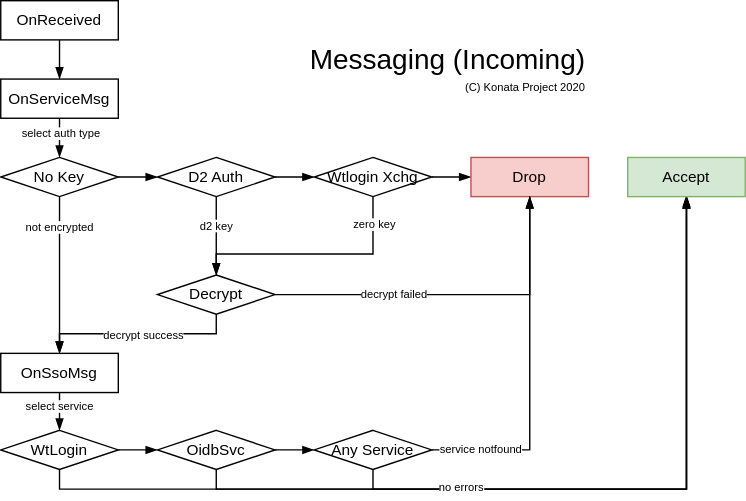
The draw.io diagram Blueprint/messaging.incoming.svg in KonataDev/Konata.Core, before a commit. Source tidied: cells renumbered, new cells last; positions are measured from the earlier drawing's top-left corner, leaving out a move shared by most shapes.
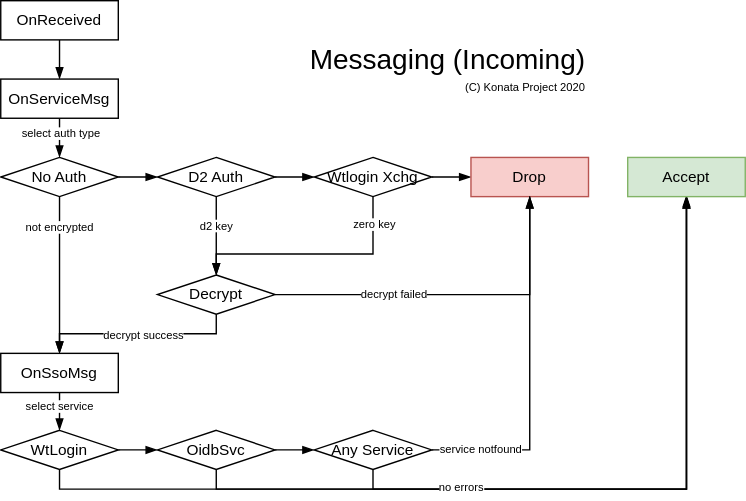
Later version of the same file.

What changed in the source:
```diff
@@ -33,7 +33,7 @@
         <mxPoint x="-1" y="-17.6" as="offset" />
       </mxGeometry>
     </mxCell>
-    <mxCell id="11" value="No Key" style="rhombus;whiteSpace=wrap;html=1;fontSize=11;align=center;" parent="1" vertex="1">
+    <mxCell id="11" value="No Auth" style="rhombus;whiteSpace=wrap;html=1;fontSize=11;align=center;" parent="1" vertex="1">
       <mxGeometry y="112" width="84" height="28" as="geometry" />
     </mxCell>
     <mxCell id="12" style="edgeStyle=orthogonalEdgeStyle;rounded=0;jettySize=auto;html=1;fontSize=11;endArrow=blockThin;endFill=1;" parent="1" edge="1" source="15" target="19">
```
